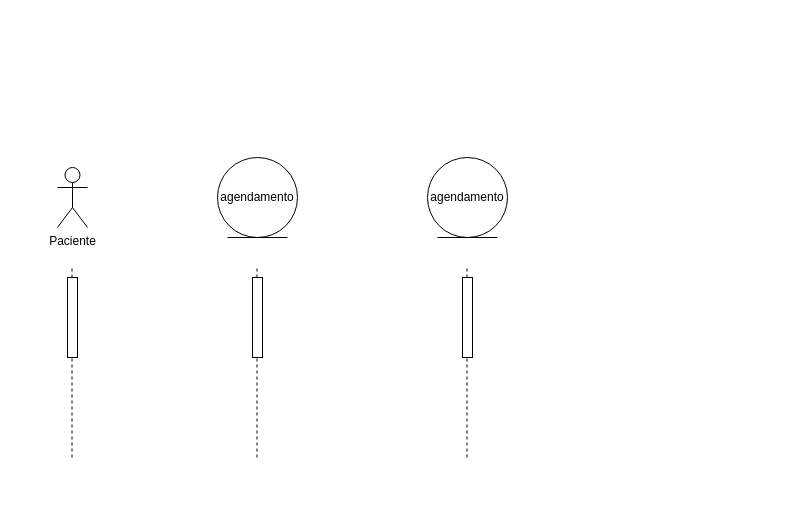
Patadaoikkk/uml keeps this draw.io diagram as sequencia2.drawio. Above is the earlier version. Source tidied: cells renumbered, new cells numbered last; positions are measured from the earlier drawing's top-left corner, leaving out a move shared by most shapes. Both pictures are drawn from the tidied source at 100%, with x=0, y=0 at pixel (57, 157).
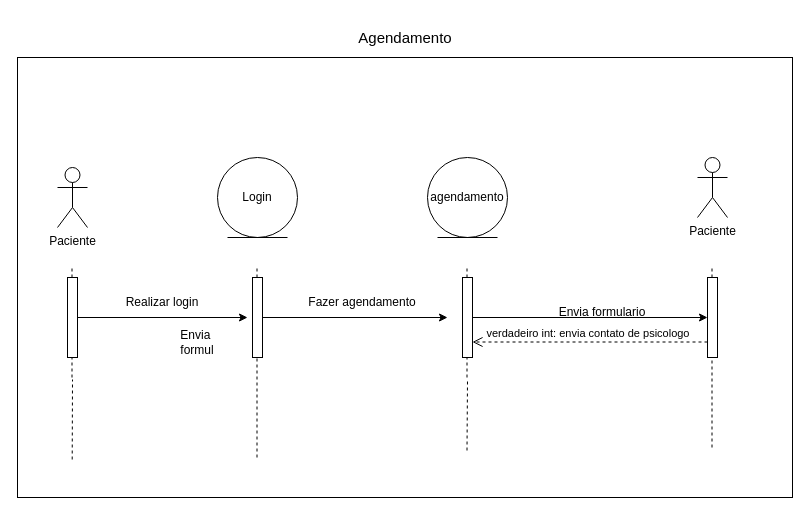
Above is the later version.

The change refers to these unchanged cells:
```xml
<mxCell id="9" style="html=1;points=[[0,0,0,0,5],[0,1,0,0,-5],[1,0,0,0,5],[1,1,0,0,-5]];perimeter=orthogonalPerimeter;outlineConnect=0;targetShapes=umlLifeline;portConstraint=eastwest;newEdgeStyle={&quot;curved&quot;:0,&quot;rounded&quot;:0};" parent="1" vertex="1">
  <mxGeometry x="10" y="120" width="10" height="80" as="geometry" />
</mxCell>
<mxCell id="13" style="html=1;points=[[0,0,0,0,5],[0,1,0,0,-5],[1,0,0,0,5],[1,1,0,0,-5]];perimeter=orthogonalPerimeter;outlineConnect=0;targetShapes=umlLifeline;portConstraint=eastwest;newEdgeStyle={&quot;curved&quot;:0,&quot;rounded&quot;:0};" parent="1" vertex="1">
  <mxGeometry x="405" y="120" width="10" height="80" as="geometry" />
</mxCell>
```

Change to the diagram source:
```diff
@@
+    <mxCell id="14" style="rounded=0;whiteSpace=wrap;html=1;" parent="1" vertex="1">
+      <mxGeometry x="-40" y="-100" width="775" height="440" as="geometry" />
+    </mxCell>
@@
-    <mxCell id="3" value="agendamento" style="ellipse;shape=umlEntity;whiteSpace=wrap;html=1;" parent="1" vertex="1">
+    <mxCell id="3" value="Login" style="ellipse;shape=umlEntity;whiteSpace=wrap;html=1;" parent="1" vertex="1">
       <mxGeometry x="160" width="80" height="80" as="geometry" />
     </mxCell>
@@
     <mxCell id="8" style="endArrow=none;dashed=1;html=1;rounded=0;" parent="1" edge="1" target="9">
       <mxGeometry relative="1" as="geometry">
-        <mxPoint x="14.5" y="300" as="sourcePoint" />
+        <mxPoint x="14.5" y="220" as="sourcePoint" />
         <Array as="points">
           <mxPoint x="14.5" y="120" />
         </Array>
       </mxGeometry>
     </mxCell>
@@
     <mxCell id="12" style="endArrow=none;dashed=1;html=1;rounded=0;" parent="1" edge="1" target="13">
       <mxGeometry relative="1" as="geometry">
-        <mxPoint x="409.5" y="300" as="sourcePoint" />
+        <mxPoint x="409.5" y="220" as="sourcePoint" />
         <Array as="points">
           <mxPoint x="409.5" y="120" />
         </Array>
       </mxGeometry>
     </mxCell>
@@
+    <mxCell id="15" style="endArrow=classic;html=1;rounded=0;" parent="1" edge="1" source="9">
+      <mxGeometry relative="1" as="geometry">
+        <mxPoint x="190" y="160" as="targetPoint" />
+      </mxGeometry>
+    </mxCell>
+    <mxCell id="16" value="Realizar login" style="text;html=1;align=center;verticalAlign=middle;whiteSpace=wrap;rounded=0;" parent="1" vertex="1">
+      <mxGeometry x="50" y="130" width="110" height="30" as="geometry" />
+    </mxCell>
+    <mxCell id="17" style="endArrow=classic;html=1;rounded=0;" parent="1" edge="1">
+      <mxGeometry relative="1" as="geometry">
+        <mxPoint x="205" y="160" as="sourcePoint" />
+        <mxPoint x="390" y="160" as="targetPoint" />
+      </mxGeometry>
+    </mxCell>
+    <mxCell id="18" value="Fazer agendamento" style="text;html=1;align=center;verticalAlign=middle;whiteSpace=wrap;rounded=0;" parent="1" vertex="1">
+      <mxGeometry x="230" y="130" width="150" height="30" as="geometry" />
+    </mxCell>
+    <mxCell id="19" value="verdadeiro int: envia contato de psicologo&amp;nbsp;" style="html=1;verticalAlign=bottom;endArrow=open;dashed=1;endSize=8;curved=0;rounded=0;entryX=1;entryY=1;entryDx=0;entryDy=-5;entryPerimeter=0;" parent="1" edge="1" source="26">
+      <mxGeometry relative="1" as="geometry">
+        <mxPoint x="415" y="184.5" as="targetPoint" />
+      </mxGeometry>
+    </mxCell>
+    <mxCell id="20" style="endArrow=none;dashed=1;html=1;rounded=0;" parent="1" edge="1">
+      <mxGeometry relative="1" as="geometry">
+        <mxPoint x="14.7" y="302" as="sourcePoint" />
+        <mxPoint x="15" y="222" as="targetPoint" />
+      </mxGeometry>
+    </mxCell>
+    <mxCell id="21" style="endArrow=none;dashed=1;html=1;rounded=0;" parent="1" edge="1">
+      <mxGeometry relative="1" as="geometry">
+        <mxPoint x="409.5" y="293" as="sourcePoint" />
+        <mxPoint x="410" y="223" as="targetPoint" />
+      </mxGeometry>
+    </mxCell>
+    <mxCell id="22" value="Envia&amp;nbsp; formul" style="text;html=1;align=center;verticalAlign=middle;whiteSpace=wrap;rounded=0;" parent="1" vertex="1">
+      <mxGeometry x="110" y="170" width="60" height="30" as="geometry" />
+    </mxCell>
+    <mxCell id="23" value="Paciente" style="shape=umlActor;verticalLabelPosition=bottom;verticalAlign=top;html=1;" parent="1" vertex="1">
+      <mxGeometry x="640" width="30" height="60" as="geometry" />
+    </mxCell>
+    <mxCell id="24" style="endArrow=none;dashed=1;html=1;rounded=0;" parent="1" edge="1" source="26">
+      <mxGeometry relative="1" as="geometry">
+        <mxPoint x="655" y="110" as="targetPoint" />
+        <Array as="points">
+          <mxPoint x="654.5" y="110" />
+        </Array>
+      </mxGeometry>
+    </mxCell>
+    <mxCell id="25" style="endArrow=none;dashed=1;html=1;rounded=0;" parent="1" edge="1" target="26">
+      <mxGeometry relative="1" as="geometry">
+        <mxPoint x="654.5" y="290" as="sourcePoint" />
+      </mxGeometry>
+    </mxCell>
+    <mxCell id="26" style="html=1;points=[[0,0,0,0,5],[0,1,0,0,-5],[1,0,0,0,5],[1,1,0,0,-5]];perimeter=orthogonalPerimeter;outlineConnect=0;targetShapes=umlLifeline;portConstraint=eastwest;newEdgeStyle={&quot;curved&quot;:0,&quot;rounded&quot;:0};" parent="1" vertex="1">
+      <mxGeometry x="650" y="120" width="10" height="80" as="geometry" />
+    </mxCell>
+    <mxCell id="27" style="endArrow=classic;html=1;rounded=0;" parent="1" edge="1">
+      <mxGeometry relative="1" as="geometry">
+        <mxPoint x="415" y="160" as="sourcePoint" />
+        <mxPoint x="650" y="160" as="targetPoint" />
+      </mxGeometry>
+    </mxCell>
+    <mxCell id="28" value="Envia formulario" style="text;html=1;align=center;verticalAlign=middle;whiteSpace=wrap;rounded=0;" parent="1" vertex="1">
+      <mxGeometry x="490" y="140" width="110" height="30" as="geometry" />
+    </mxCell>
+    <mxCell id="29" value="Agendamento" style="text;html=1;align=center;verticalAlign=middle;whiteSpace=wrap;rounded=0;fontSize=15;" parent="1" vertex="1">
+      <mxGeometry x="157.5" y="-140" width="380" height="40" as="geometry" />
+    </mxCell>
```
